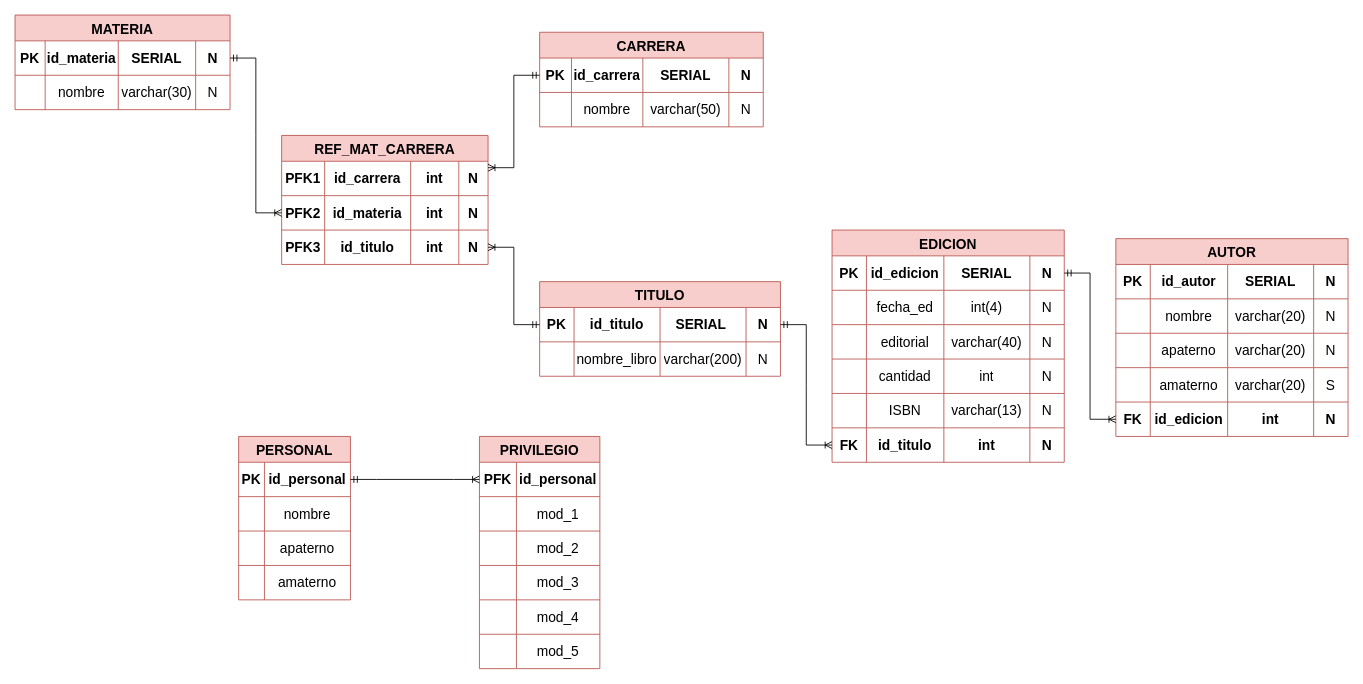
This is Modelo Fisico Proyecto TBD.drawio from misiomishi/itcj, a draw.io file, before an edit. Source tidied: cells renumbered, new cells numbered last; positions are measured from the earlier drawing's top-left corner, leaving out a move shared by most shapes. Both pictures are drawn from the tidied source at 86%, with x=0, y=0 at pixel (15, 15).
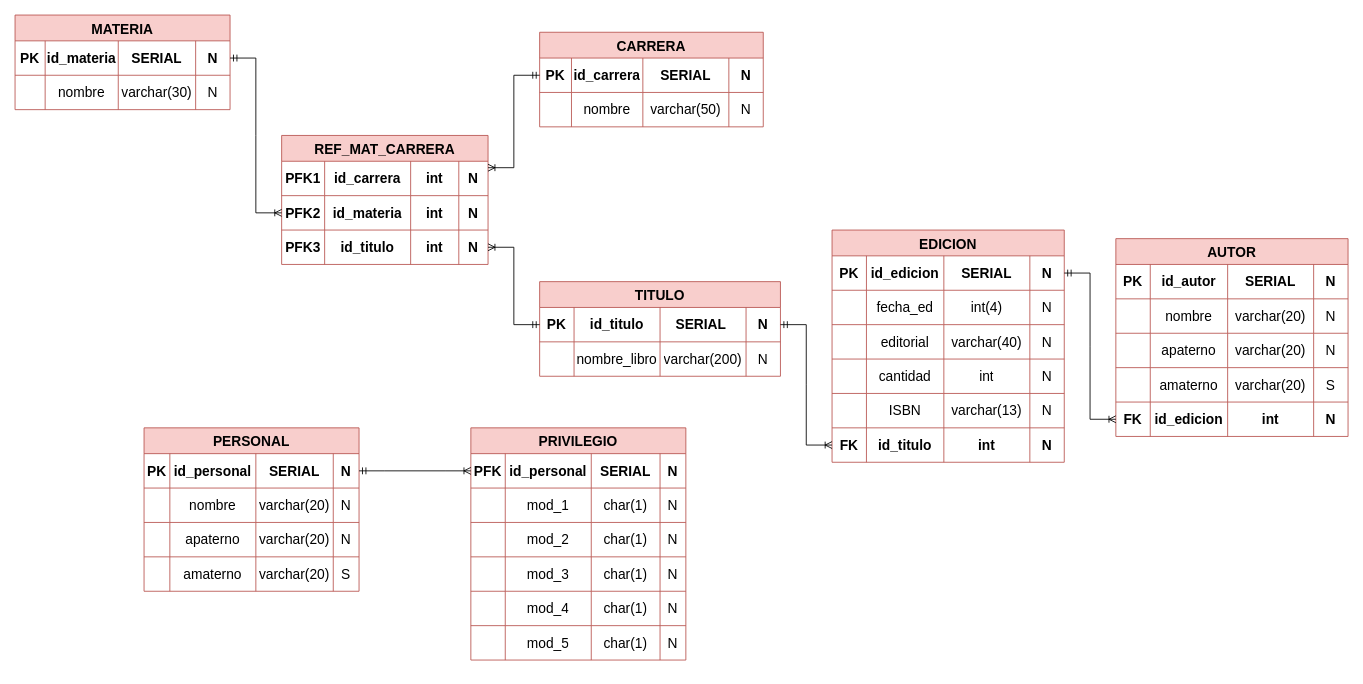
The same page after the edit.

The edit, as a diff of the source:
```diff
@@
     <mxCell id="108" value="PERSONAL" style="shape=table;startSize=30;childLayout=tableLayout;strokeColor=#b85450;fontSize=16;fillColor=#f8cecc;fontStyle=1;" parent="1" vertex="1">
-      <mxGeometry x="260" y="490" width="130" height="190" as="geometry" />
+      <mxGeometry x="150" y="480" width="250" height="190" as="geometry" />
     </mxCell>
     <mxCell id="109" style="shape=tableRow;horizontal=0;startSize=0;swimlaneHead=0;swimlaneBody=0;strokeColor=inherit;top=0;left=0;bottom=0;right=0;fillColor=none;points=[[0,0.5],[1,0.5]];portConstraint=eastwest;fontSize=16;" parent="108" vertex="1">
-      <mxGeometry y="30" width="130" height="40" as="geometry" />
+      <mxGeometry y="30" width="250" height="40" as="geometry" />
     </mxCell>
@@
+    <mxCell id="146" value="SERIAL" style="shape=partialRectangle;html=1;whiteSpace=wrap;strokeColor=inherit;overflow=hidden;fillColor=none;top=0;left=0;bottom=0;right=0;fontSize=16;fontStyle=1;" parent="109" vertex="1">
+      <mxGeometry x="130" width="90" height="40" as="geometry" />
+    </mxCell>
+    <mxCell id="147" value="N" style="shape=partialRectangle;html=1;whiteSpace=wrap;strokeColor=inherit;overflow=hidden;fillColor=none;top=0;left=0;bottom=0;right=0;fontSize=16;fontStyle=1;" parent="109" vertex="1">
+      <mxGeometry x="220" width="30" height="40" as="geometry" />
+    </mxCell>
     <mxCell id="112" style="shape=tableRow;horizontal=0;startSize=0;swimlaneHead=0;swimlaneBody=0;strokeColor=inherit;top=0;left=0;bottom=0;right=0;fillColor=none;fontSize=16;" parent="108" vertex="1">
-      <mxGeometry y="70" width="130" height="40" as="geometry" />
+      <mxGeometry y="70" width="250" height="40" as="geometry" />
     </mxCell>
@@
+    <mxCell id="148" value="varchar(20)" style="shape=partialRectangle;html=1;whiteSpace=wrap;strokeColor=inherit;overflow=hidden;fillColor=none;top=0;left=0;bottom=0;right=0;fontSize=16;" parent="112" vertex="1">
+      <mxGeometry x="130" width="90" height="40" as="geometry" />
+    </mxCell>
+    <mxCell id="149" value="N" style="shape=partialRectangle;html=1;whiteSpace=wrap;strokeColor=inherit;overflow=hidden;fillColor=none;top=0;left=0;bottom=0;right=0;fontSize=16;" parent="112" vertex="1">
+      <mxGeometry x="220" width="30" height="40" as="geometry" />
+    </mxCell>
     <mxCell id="115" style="shape=tableRow;horizontal=0;startSize=0;swimlaneHead=0;swimlaneBody=0;strokeColor=inherit;top=0;left=0;bottom=0;right=0;fillColor=none;fontSize=16;" parent="108" vertex="1">
-      <mxGeometry y="110" width="130" height="40" as="geometry" />
+      <mxGeometry y="110" width="250" height="40" as="geometry" />
     </mxCell>
@@
+    <mxCell id="150" value="varchar(20)" style="shape=partialRectangle;html=1;whiteSpace=wrap;strokeColor=inherit;overflow=hidden;fillColor=none;top=0;left=0;bottom=0;right=0;fontSize=16;" parent="115" vertex="1">
+      <mxGeometry x="130" width="90" height="40" as="geometry" />
+    </mxCell>
+    <mxCell id="151" value="N" style="shape=partialRectangle;html=1;whiteSpace=wrap;strokeColor=inherit;overflow=hidden;fillColor=none;top=0;left=0;bottom=0;right=0;fontSize=16;" parent="115" vertex="1">
+      <mxGeometry x="220" width="30" height="40" as="geometry" />
+    </mxCell>
     <mxCell id="118" style="shape=tableRow;horizontal=0;startSize=0;swimlaneHead=0;swimlaneBody=0;strokeColor=inherit;top=0;left=0;bottom=0;right=0;fillColor=none;fontSize=16;" parent="108" vertex="1">
-      <mxGeometry y="150" width="130" height="40" as="geometry" />
+      <mxGeometry y="150" width="250" height="40" as="geometry" />
     </mxCell>
@@
+    <mxCell id="152" value="varchar(20)" style="shape=partialRectangle;html=1;whiteSpace=wrap;strokeColor=inherit;overflow=hidden;fillColor=none;top=0;left=0;bottom=0;right=0;fontSize=16;" parent="118" vertex="1">
+      <mxGeometry x="130" width="90" height="40" as="geometry" />
+    </mxCell>
+    <mxCell id="153" value="S" style="shape=partialRectangle;html=1;whiteSpace=wrap;strokeColor=inherit;overflow=hidden;fillColor=none;top=0;left=0;bottom=0;right=0;fontSize=16;" parent="118" vertex="1">
+      <mxGeometry x="220" width="30" height="40" as="geometry" />
+    </mxCell>
     <mxCell id="121" value="PRIVILEGIO" style="shape=table;startSize=30;childLayout=tableLayout;strokeColor=#b85450;fontSize=16;fillColor=#f8cecc;fontStyle=1;" parent="1" vertex="1">
-      <mxGeometry x="540" y="490" width="140" height="270" as="geometry" />
+      <mxGeometry x="530" y="480" width="250" height="270" as="geometry" />
     </mxCell>
     <mxCell id="122" style="shape=tableRow;horizontal=0;startSize=0;swimlaneHead=0;swimlaneBody=0;strokeColor=inherit;top=0;left=0;bottom=0;right=0;fillColor=none;points=[[0,0.5],[1,0.5]];portConstraint=eastwest;fontSize=16;" parent="121" vertex="1">
-      <mxGeometry y="30" width="140" height="40" as="geometry" />
+      <mxGeometry y="30" width="250" height="40" as="geometry" />
     </mxCell>
     <mxCell id="123" value="PFK" style="shape=partialRectangle;html=1;whiteSpace=wrap;strokeColor=inherit;overflow=hidden;fillColor=none;top=0;left=0;bottom=0;right=0;fontSize=16;fontStyle=1;" parent="122" vertex="1">
-      <mxGeometry width="43" height="40" as="geometry" />
+      <mxGeometry width="40" height="40" as="geometry" />
     </mxCell>
     <mxCell id="124" value="id_personal" style="shape=partialRectangle;html=1;whiteSpace=wrap;strokeColor=inherit;overflow=hidden;fillColor=none;top=0;left=0;bottom=0;right=0;fontSize=16;fontStyle=1;" parent="122" vertex="1">
-      <mxGeometry x="43" width="97" height="40" as="geometry" />
+      <mxGeometry x="40" width="100" height="40" as="geometry" />
     </mxCell>
+    <mxCell id="154" value="SERIAL" style="shape=partialRectangle;html=1;whiteSpace=wrap;strokeColor=inherit;overflow=hidden;fillColor=none;top=0;left=0;bottom=0;right=0;fontSize=16;fontStyle=1;" parent="122" vertex="1">
+      <mxGeometry x="140" width="80" height="40" as="geometry" />
+    </mxCell>
+    <mxCell id="155" value="N" style="shape=partialRectangle;html=1;whiteSpace=wrap;strokeColor=inherit;overflow=hidden;fillColor=none;top=0;left=0;bottom=0;right=0;fontSize=16;fontStyle=1;" parent="122" vertex="1">
+      <mxGeometry x="220" width="30" height="40" as="geometry" />
+    </mxCell>
     <mxCell id="125" style="shape=tableRow;horizontal=0;startSize=0;swimlaneHead=0;swimlaneBody=0;strokeColor=inherit;top=0;left=0;bottom=0;right=0;fillColor=none;fontSize=16;" parent="121" vertex="1">
-      <mxGeometry y="70" width="140" height="40" as="geometry" />
+      <mxGeometry y="70" width="250" height="40" as="geometry" />
     </mxCell>
     <mxCell id="126" style="shape=partialRectangle;html=1;whiteSpace=wrap;strokeColor=inherit;overflow=hidden;fillColor=none;top=0;left=0;bottom=0;right=0;fontSize=16;" parent="125" vertex="1">
-      <mxGeometry width="43" height="40" as="geometry" />
+      <mxGeometry width="40" height="40" as="geometry" />
     </mxCell>
     <mxCell id="127" value="mod_1" style="shape=partialRectangle;html=1;whiteSpace=wrap;strokeColor=inherit;overflow=hidden;fillColor=none;top=0;left=0;bottom=0;right=0;fontSize=16;" parent="125" vertex="1">
-      <mxGeometry x="43" width="97" height="40" as="geometry" />
+      <mxGeometry x="40" width="100" height="40" as="geometry" />
     </mxCell>
+    <mxCell id="156" value="char(1)" style="shape=partialRectangle;html=1;whiteSpace=wrap;strokeColor=inherit;overflow=hidden;fillColor=none;top=0;left=0;bottom=0;right=0;fontSize=16;" parent="125" vertex="1">
+      <mxGeometry x="140" width="80" height="40" as="geometry" />
+    </mxCell>
+    <mxCell id="157" value="N" style="shape=partialRectangle;html=1;whiteSpace=wrap;strokeColor=inherit;overflow=hidden;fillColor=none;top=0;left=0;bottom=0;right=0;fontSize=16;" parent="125" vertex="1">
+      <mxGeometry x="220" width="30" height="40" as="geometry" />
+    </mxCell>
     <mxCell id="128" style="shape=tableRow;horizontal=0;startSize=0;swimlaneHead=0;swimlaneBody=0;strokeColor=inherit;top=0;left=0;bottom=0;right=0;fillColor=none;fontSize=16;" parent="121" vertex="1">
-      <mxGeometry y="110" width="140" height="40" as="geometry" />
+      <mxGeometry y="110" width="250" height="40" as="geometry" />
     </mxCell>
     <mxCell id="129" style="shape=partialRectangle;html=1;whiteSpace=wrap;strokeColor=inherit;overflow=hidden;fillColor=none;top=0;left=0;bottom=0;right=0;fontSize=16;" parent="128" vertex="1">
-      <mxGeometry width="43" height="40" as="geometry" />
+      <mxGeometry width="40" height="40" as="geometry" />
     </mxCell>
     <mxCell id="130" value="mod_2" style="shape=partialRectangle;html=1;whiteSpace=wrap;strokeColor=inherit;overflow=hidden;fillColor=none;top=0;left=0;bottom=0;right=0;fontSize=16;" parent="128" vertex="1">
-      <mxGeometry x="43" width="97" height="40" as="geometry" />
+      <mxGeometry x="40" width="100" height="40" as="geometry" />
     </mxCell>
+    <mxCell id="158" value="char(1)" style="shape=partialRectangle;html=1;whiteSpace=wrap;strokeColor=inherit;overflow=hidden;fillColor=none;top=0;left=0;bottom=0;right=0;fontSize=16;" parent="128" vertex="1">
+      <mxGeometry x="140" width="80" height="40" as="geometry" />
+    </mxCell>
+    <mxCell id="159" value="N" style="shape=partialRectangle;html=1;whiteSpace=wrap;strokeColor=inherit;overflow=hidden;fillColor=none;top=0;left=0;bottom=0;right=0;fontSize=16;" parent="128" vertex="1">
+      <mxGeometry x="220" width="30" height="40" as="geometry" />
+    </mxCell>
     <mxCell id="131" style="shape=tableRow;horizontal=0;startSize=0;swimlaneHead=0;swimlaneBody=0;strokeColor=inherit;top=0;left=0;bottom=0;right=0;fillColor=none;fontSize=16;" parent="121" vertex="1">
-      <mxGeometry y="150" width="140" height="40" as="geometry" />
+      <mxGeometry y="150" width="250" height="40" as="geometry" />
     </mxCell>
     <mxCell id="132" style="shape=partialRectangle;html=1;whiteSpace=wrap;strokeColor=inherit;overflow=hidden;fillColor=none;top=0;left=0;bottom=0;right=0;fontSize=16;" parent="131" vertex="1">
-      <mxGeometry width="43" height="40" as="geometry" />
+      <mxGeometry width="40" height="40" as="geometry" />
     </mxCell>
     <mxCell id="133" value="mod_3" style="shape=partialRectangle;html=1;whiteSpace=wrap;strokeColor=inherit;overflow=hidden;fillColor=none;top=0;left=0;bottom=0;right=0;fontSize=16;" parent="131" vertex="1">
-      <mxGeometry x="43" width="97" height="40" as="geometry" />
+      <mxGeometry x="40" width="100" height="40" as="geometry" />
     </mxCell>
+    <mxCell id="160" value="char(1)" style="shape=partialRectangle;html=1;whiteSpace=wrap;strokeColor=inherit;overflow=hidden;fillColor=none;top=0;left=0;bottom=0;right=0;fontSize=16;" parent="131" vertex="1">
+      <mxGeometry x="140" width="80" height="40" as="geometry" />
+    </mxCell>
+    <mxCell id="161" value="N" style="shape=partialRectangle;html=1;whiteSpace=wrap;strokeColor=inherit;overflow=hidden;fillColor=none;top=0;left=0;bottom=0;right=0;fontSize=16;" parent="131" vertex="1">
+      <mxGeometry x="220" width="30" height="40" as="geometry" />
+    </mxCell>
     <mxCell id="134" style="shape=tableRow;horizontal=0;startSize=0;swimlaneHead=0;swimlaneBody=0;strokeColor=inherit;top=0;left=0;bottom=0;right=0;fillColor=none;fontSize=16;" parent="121" vertex="1">
-      <mxGeometry y="190" width="140" height="40" as="geometry" />
+      <mxGeometry y="190" width="250" height="40" as="geometry" />
     </mxCell>
     <mxCell id="135" style="shape=partialRectangle;html=1;whiteSpace=wrap;strokeColor=inherit;overflow=hidden;fillColor=none;top=0;left=0;bottom=0;right=0;fontSize=16;" parent="134" vertex="1">
-      <mxGeometry width="43" height="40" as="geometry" />
+      <mxGeometry width="40" height="40" as="geometry" />
     </mxCell>
     <mxCell id="136" value="mod_4" style="shape=partialRectangle;html=1;whiteSpace=wrap;strokeColor=inherit;overflow=hidden;fillColor=none;top=0;left=0;bottom=0;right=0;fontSize=16;" parent="134" vertex="1">
-      <mxGeometry x="43" width="97" height="40" as="geometry" />
+      <mxGeometry x="40" width="100" height="40" as="geometry" />
     </mxCell>
+    <mxCell id="162" value="char(1)" style="shape=partialRectangle;html=1;whiteSpace=wrap;strokeColor=inherit;overflow=hidden;fillColor=none;top=0;left=0;bottom=0;right=0;fontSize=16;" parent="134" vertex="1">
+      <mxGeometry x="140" width="80" height="40" as="geometry" />
+    </mxCell>
+    <mxCell id="163" value="N" style="shape=partialRectangle;html=1;whiteSpace=wrap;strokeColor=inherit;overflow=hidden;fillColor=none;top=0;left=0;bottom=0;right=0;fontSize=16;" parent="134" vertex="1">
+      <mxGeometry x="220" width="30" height="40" as="geometry" />
+    </mxCell>
     <mxCell id="137" style="shape=tableRow;horizontal=0;startSize=0;swimlaneHead=0;swimlaneBody=0;strokeColor=inherit;top=0;left=0;bottom=0;right=0;fillColor=none;fontSize=16;" parent="121" vertex="1">
-      <mxGeometry y="230" width="140" height="40" as="geometry" />
+      <mxGeometry y="230" width="250" height="40" as="geometry" />
     </mxCell>
     <mxCell id="138" style="shape=partialRectangle;html=1;whiteSpace=wrap;strokeColor=inherit;overflow=hidden;fillColor=none;top=0;left=0;bottom=0;right=0;fontSize=16;" parent="137" vertex="1">
-      <mxGeometry width="43" height="40" as="geometry" />
+      <mxGeometry width="40" height="40" as="geometry" />
     </mxCell>
     <mxCell id="139" value="mod_5" style="shape=partialRectangle;html=1;whiteSpace=wrap;strokeColor=inherit;overflow=hidden;fillColor=none;top=0;left=0;bottom=0;right=0;fontSize=16;" parent="137" vertex="1">
-      <mxGeometry x="43" width="97" height="40" as="geometry" />
+      <mxGeometry x="40" width="100" height="40" as="geometry" />
     </mxCell>
+    <mxCell id="164" value="char(1)" style="shape=partialRectangle;html=1;whiteSpace=wrap;strokeColor=inherit;overflow=hidden;fillColor=none;top=0;left=0;bottom=0;right=0;fontSize=16;" parent="137" vertex="1">
+      <mxGeometry x="140" width="80" height="40" as="geometry" />
+    </mxCell>
+    <mxCell id="165" value="N" style="shape=partialRectangle;html=1;whiteSpace=wrap;strokeColor=inherit;overflow=hidden;fillColor=none;top=0;left=0;bottom=0;right=0;fontSize=16;" parent="137" vertex="1">
+      <mxGeometry x="220" width="30" height="40" as="geometry" />
+    </mxCell>
```
